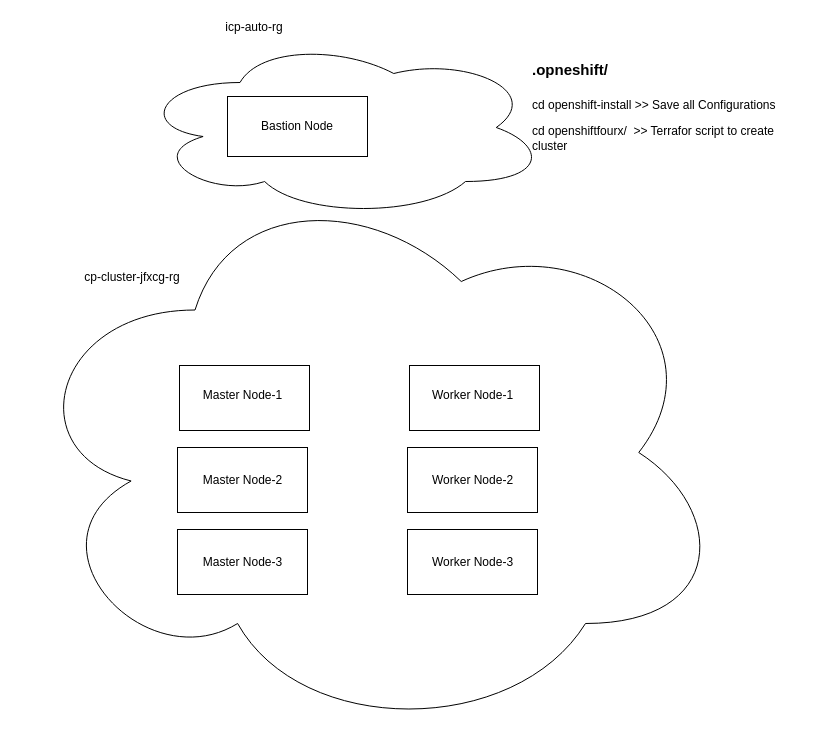
This is Technical Flow.drawio from ajpatel521/aspatel83, a draw.io file, before an edit. Source tidied: cells renumbered, new cells numbered last; positions are measured from the earlier drawing's top-left corner, leaving out a move shared by most shapes. Both pictures are drawn from the tidied source at 100%, with x=0, y=0 at pixel (17, 17).
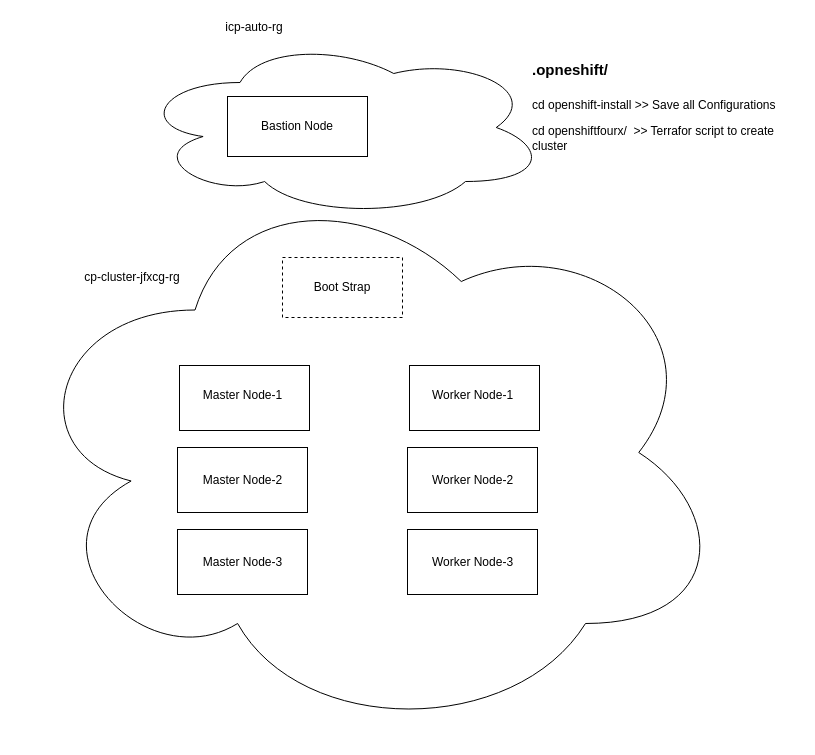
Above is the later version.

The edit, as a diff of the source:
```diff
@@
+    <mxCell id="21" value="Boot Strap" style="rounded=0;whiteSpace=wrap;html=1;dashed=1;" parent="1" vertex="1">
+      <mxGeometry x="265" y="240" width="120" height="60" as="geometry" />
+    </mxCell>
```
